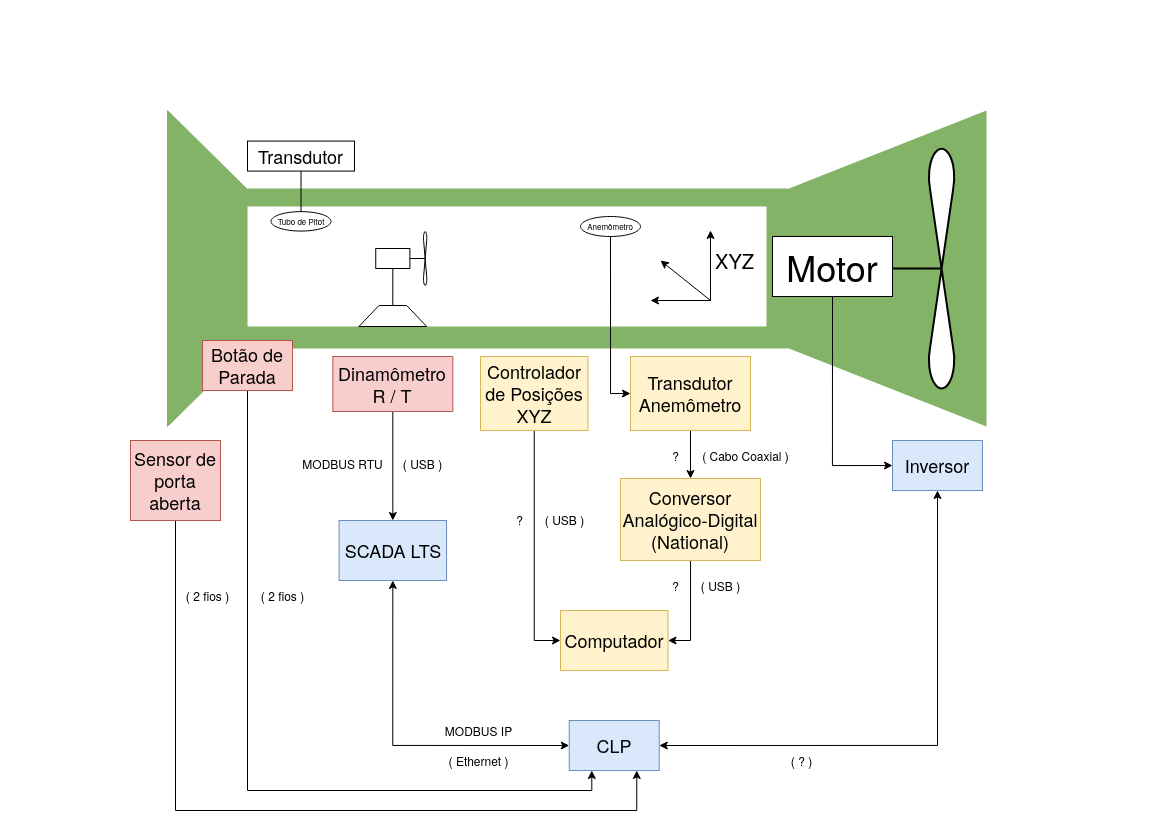
The draw.io diagram Imagens/tunel_vento_diagrama.png in leaUnB/turbina_tunel_vento, before a commit. Source tidied: cells renumbered, new cells last; positions are measured from the earlier drawing's top-left corner, leaving out a move shared by most shapes.
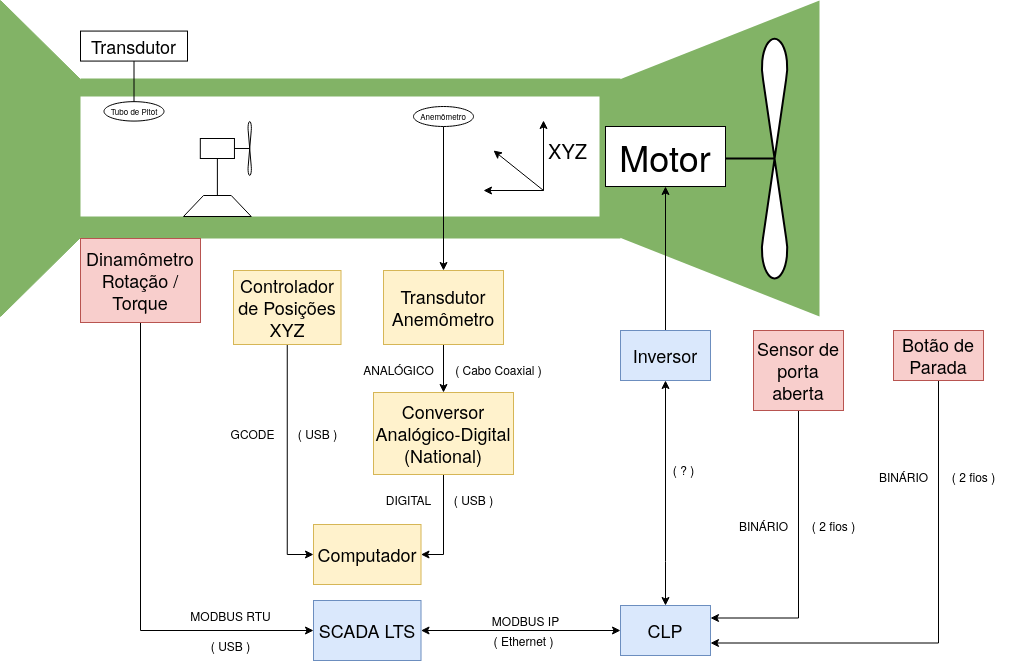
Later version of the same file.

Commit message:
Atualização dos diagramas e texto ecplicando o CLP, SCADA, Inversor e sensor de porta aberta

What changed in the source:
```diff
@@ -5,15 +5,15 @@
     <mxCell id="2" style="verticalLabelPosition=bottom;align=center;dashed=0;html=1;verticalAlign=top;shape=mxgraph.pid.piping.concentric_reducer;fillColor=#82B366;strokeColor=#82b366;" parent="1" vertex="1">
-      <mxGeometry x="37" width="80" height="316" as="geometry" />
+      <mxGeometry x="-70" y="-51" width="80" height="316" as="geometry" />
     </mxCell>
     <mxCell id="3" style="rounded=0;whiteSpace=wrap;html=1;fillColor=light-dark(#82B366,#EDEDED);strokeColor=none;" parent="1" vertex="1">
-      <mxGeometry x="117" y="78" width="540" height="160" as="geometry" />
+      <mxGeometry x="10" y="27" width="540" height="160" as="geometry" />
     </mxCell>
     <mxCell id="4" style="verticalLabelPosition=bottom;align=center;dashed=0;html=1;verticalAlign=top;shape=mxgraph.pid.piping.concentric_reducer;rotation=-180;fillColor=#82B366;strokeColor=none;" parent="1" vertex="1">
-      <mxGeometry x="656" width="200" height="316" as="geometry" />
+      <mxGeometry x="549" y="-51" width="200" height="316" as="geometry" />
     </mxCell>
     <mxCell id="5" style="rounded=0;whiteSpace=wrap;html=1;strokeColor=none;align=center;verticalAlign=middle;spacing=2;fontFamily=Helvetica;fontSize=12;fontColor=default;fillColor=default;" parent="1" vertex="1">
-      <mxGeometry x="117" y="96" width="519" height="120" as="geometry" />
+      <mxGeometry x="10" y="45" width="519" height="120" as="geometry" />
     </mxCell>
     <mxCell id="6" style="shape=trapezoid;perimeter=trapezoidPerimeter;whiteSpace=wrap;html=1;fixedSize=1;rotation=-360;" parent="1" vertex="1">
-      <mxGeometry x="228.4" y="195" width="67.8" height="21" as="geometry" />
+      <mxGeometry x="113" y="144" width="67.8" height="21" as="geometry" />
     </mxCell>
@@ -23,9 +23,9 @@
     <mxCell id="8" style="shape=mxgraph.pid.agitators.agitator_(propeller);html=1;align=center;verticalLabelPosition=bottom;verticalAlign=top;dashed=0;rotation=-90;strokeWidth=2;" parent="1" vertex="1">
-      <mxGeometry x="627" y="82.1" width="244" height="152" as="geometry" />
+      <mxGeometry x="520" y="31.1" width="244" height="152" as="geometry" />
     </mxCell>
     <mxCell id="9" value="&lt;font style=&quot;font-size: 36px;&quot;&gt;Motor&lt;/font&gt;" style="rounded=0;whiteSpace=wrap;html=1;" parent="1" vertex="1">
-      <mxGeometry x="642" y="126" width="120" height="60" as="geometry" />
+      <mxGeometry x="535" y="75" width="120" height="60" as="geometry" />
     </mxCell>
     <mxCell id="10" style="group;" parent="1" vertex="1">
-      <mxGeometry x="245.3" y="120.6" width="51.2" height="54.9" as="geometry" />
+      <mxGeometry x="129.8" y="69.6" width="51.2" height="54.9" as="geometry" />
     </mxCell>
@@ -38,5 +38,5 @@
     <mxCell id="13" value="&lt;font style=&quot;font-size: 8px;&quot;&gt;Tubo de Pitot&lt;/font&gt;" style="ellipse;whiteSpace=wrap;html=1;fontSize=5;" parent="1" vertex="1">
-      <mxGeometry x="140.5" y="101.1" width="60" height="19.4" as="geometry" />
+      <mxGeometry x="33.5" y="50.1" width="60" height="19.4" as="geometry" />
     </mxCell>
-    <mxCell id="14" style="edgeStyle=orthogonalEdgeStyle;rounded=0;jettySize=auto;html=1;entryX=0;entryY=0.5;entryDx=0;entryDy=0;fontFamily=Helvetica;fontSize=12;fontColor=default;" parent="1" edge="1" source="15" target="33">
+    <mxCell id="14" style="edgeStyle=orthogonalEdgeStyle;rounded=0;jettySize=auto;html=1;entryX=0.5;entryY=0;entryDx=0;entryDy=0;fontFamily=Helvetica;fontSize=12;fontColor=default;" parent="1" edge="1" source="15" target="33">
       <mxGeometry relative="1" as="geometry" />
@@ -44,9 +44,13 @@
     <mxCell id="15" value="&lt;font style=&quot;font-size: 8px;&quot;&gt;Anemômetro&lt;/font&gt;" style="ellipse;whiteSpace=wrap;html=1;fontSize=5;" parent="1" vertex="1">
-      <mxGeometry x="450" y="106" width="60" height="20" as="geometry" />
+      <mxGeometry x="343" y="55" width="60" height="20" as="geometry" />
     </mxCell>
-    <mxCell id="16" style="edgeStyle=orthogonalEdgeStyle;rounded=0;jettySize=auto;html=1;entryX=0.5;entryY=0;entryDx=0;entryDy=0;fontFamily=Helvetica;fontSize=12;fontColor=default;" parent="1" edge="1" source="17" target="21">
-      <mxGeometry relative="1" as="geometry" />
+    <mxCell id="16" style="edgeStyle=orthogonalEdgeStyle;rounded=0;jettySize=auto;html=1;entryX=0;entryY=0.5;entryDx=0;entryDy=0;fontFamily=Helvetica;fontSize=12;fontColor=default;exitX=0.5;exitY=1;exitDx=0;exitDy=0;" parent="1" edge="1" source="17" target="21">
+      <mxGeometry relative="1" as="geometry">
+        <Array as="points">
+          <mxPoint x="70" y="579" />
+        </Array>
+      </mxGeometry>
     </mxCell>
-    <mxCell id="17" value="&lt;div&gt;&lt;font&gt;Dinamômetro &lt;br&gt;&lt;/font&gt;&lt;/div&gt;&lt;div&gt;&lt;font&gt;R / T&lt;/font&gt;&lt;/div&gt;" style="rounded=0;whiteSpace=wrap;html=1;fontSize=18;fillColor=#f8cecc;strokeColor=#b85450;" parent="1" vertex="1">
-      <mxGeometry x="202.3" y="246" width="120" height="55" as="geometry" />
+    <mxCell id="17" value="&lt;div&gt;&lt;font&gt;Dinamômetro &lt;br&gt;&lt;/font&gt;&lt;/div&gt;&lt;div&gt;&lt;font&gt;Rotação / Torque&lt;/font&gt;&lt;/div&gt;" style="rounded=0;whiteSpace=wrap;html=1;fontSize=18;fillColor=#f8cecc;strokeColor=#b85450;" parent="1" vertex="1">
+      <mxGeometry x="10" y="187" width="120" height="84" as="geometry" />
     </mxCell>
@@ -56,8 +60,9 @@
     <mxCell id="19" value="Transdutor" style="rounded=0;whiteSpace=wrap;html=1;fontSize=18;" parent="1" vertex="1">
-      <mxGeometry x="117" y="30.6" width="107" height="30" as="geometry" />
+      <mxGeometry x="10" y="-20.4" width="107" height="30" as="geometry" />
     </mxCell>
-    <mxCell id="20" style="edgeStyle=orthogonalEdgeStyle;rounded=0;jettySize=auto;html=1;entryX=0;entryY=0.5;entryDx=0;entryDy=0;fontFamily=Helvetica;fontSize=12;fontColor=default;exitX=0.5;exitY=1;exitDx=0;exitDy=0;startArrow=classic;startFill=1;" parent="1" edge="1" source="21" target="45">
+    <mxCell id="20" style="edgeStyle=orthogonalEdgeStyle;rounded=0;jettySize=auto;html=1;entryX=0;entryY=0.5;entryDx=0;entryDy=0;fontFamily=Helvetica;fontSize=12;fontColor=default;exitX=1;exitY=0.5;exitDx=0;exitDy=0;startArrow=classic;startFill=1;" parent="1" edge="1" source="21" target="45">
       <mxGeometry relative="1" as="geometry">
         <Array as="points">
-          <mxPoint x="262" y="635" />
+          <mxPoint x="353" y="579" />
+          <mxPoint x="353" y="579" />
         </Array>
@@ -66,10 +71,4 @@
     <mxCell id="21" value="&lt;div&gt;&lt;font&gt;SCADA LTS&lt;/font&gt;&lt;/div&gt;" style="rounded=0;whiteSpace=wrap;html=1;fontSize=18;fillColor=#dae8fc;strokeColor=#6c8ebf;" parent="1" vertex="1">
-      <mxGeometry x="208.6" y="410" width="107.5" height="60" as="geometry" />
+      <mxGeometry x="243" y="549" width="107.5" height="60" as="geometry" />
     </mxCell>
-    <mxCell id="22" value="MODBUS RTU" style="text;html=1;align=center;verticalAlign=middle;strokeColor=none;fillColor=none;fontFamily=Helvetica;fontSize=12;fontColor=default;rotation=0;" parent="1" vertex="1">
-      <mxGeometry x="162" y="338" width="100" height="30" as="geometry" />
-    </mxCell>
-    <mxCell id="23" value="( USB )" style="text;html=1;align=center;verticalAlign=middle;strokeColor=none;fillColor=none;fontFamily=Helvetica;fontSize=12;fontColor=default;rotation=0;" parent="1" vertex="1">
-      <mxGeometry x="262.3" y="338" width="60" height="30" as="geometry" />
-    </mxCell>
     <mxCell id="24" style="edgeStyle=orthogonalEdgeStyle;rounded=0;jettySize=auto;html=1;entryX=0;entryY=0.5;entryDx=0;entryDy=0;fontFamily=Helvetica;fontSize=12;fontColor=default;" parent="1" edge="1" source="25" target="26">
@@ -78,9 +77,9 @@
     <mxCell id="25" value="&lt;div&gt;Controlador de Posições&lt;/div&gt;&lt;div&gt;XYZ&lt;/div&gt;" style="rounded=0;whiteSpace=wrap;html=1;fontSize=18;fillColor=#fff2cc;strokeColor=#d6b656;" parent="1" vertex="1">
-      <mxGeometry x="350" y="246" width="107.5" height="74" as="geometry" />
+      <mxGeometry x="163" y="219" width="107.5" height="74" as="geometry" />
     </mxCell>
     <mxCell id="26" value="&lt;div&gt;Computador&lt;/div&gt;" style="rounded=0;whiteSpace=wrap;html=1;fontSize=18;fillColor=#fff2cc;strokeColor=#d6b656;" parent="1" vertex="1">
-      <mxGeometry x="430" y="500" width="107.5" height="60" as="geometry" />
+      <mxGeometry x="243" y="473" width="107.5" height="60" as="geometry" />
     </mxCell>
     <mxCell id="27" style="group;" parent="1" vertex="1">
-      <mxGeometry x="520" y="120" width="114" height="70" as="geometry" />
+      <mxGeometry x="413" y="69" width="114" height="70" as="geometry" />
     </mxCell>
@@ -111,3 +110,3 @@
     <mxCell id="33" value="Transdutor Anemômetro" style="rounded=0;whiteSpace=wrap;html=1;fontSize=18;fillColor=#fff2cc;strokeColor=#d6b656;" parent="1" vertex="1">
-      <mxGeometry x="500" y="246" width="120" height="74" as="geometry" />
+      <mxGeometry x="313" y="219" width="120" height="74" as="geometry" />
     </mxCell>
@@ -117,29 +116,30 @@
     <mxCell id="35" value="&lt;div&gt;Conversor Analógico-Digital&lt;/div&gt;&lt;div&gt;(National)&lt;/div&gt;" style="rounded=0;whiteSpace=wrap;html=1;fontSize=18;fillColor=#fff2cc;strokeColor=#d6b656;" parent="1" vertex="1">
-      <mxGeometry x="490" y="368" width="140" height="82" as="geometry" />
+      <mxGeometry x="303" y="341" width="140" height="82" as="geometry" />
     </mxCell>
     <mxCell id="36" value="( USB )" style="text;html=1;align=center;verticalAlign=middle;strokeColor=none;fillColor=none;fontFamily=Helvetica;fontSize=12;fontColor=default;rotation=0;" parent="1" vertex="1">
-      <mxGeometry x="404" y="394" width="60" height="30" as="geometry" />
+      <mxGeometry x="217" y="367" width="60" height="30" as="geometry" />
     </mxCell>
-    <mxCell id="37" value="?" style="text;html=1;align=center;verticalAlign=middle;strokeColor=none;fillColor=none;fontFamily=Helvetica;fontSize=12;fontColor=default;rotation=0;" parent="1" vertex="1">
-      <mxGeometry x="374" y="394" width="30" height="30" as="geometry" />
+    <mxCell id="37" value="GCODE" style="text;html=1;align=center;verticalAlign=middle;strokeColor=none;fillColor=none;fontFamily=Helvetica;fontSize=12;fontColor=default;rotation=0;" parent="1" vertex="1">
+      <mxGeometry x="147" y="367" width="70" height="30" as="geometry" />
     </mxCell>
     <mxCell id="38" value="( Cabo Coaxial )" style="text;html=1;align=center;verticalAlign=middle;strokeColor=none;fillColor=none;fontFamily=Helvetica;fontSize=12;fontColor=default;rotation=0;" parent="1" vertex="1">
-      <mxGeometry x="560" y="330" width="110" height="30" as="geometry" />
+      <mxGeometry x="373" y="303" width="110" height="30" as="geometry" />
     </mxCell>
-    <mxCell id="39" value="?" style="text;html=1;align=center;verticalAlign=middle;strokeColor=none;fillColor=none;fontFamily=Helvetica;fontSize=12;fontColor=default;rotation=0;" parent="1" vertex="1">
-      <mxGeometry x="530" y="330" width="30" height="30" as="geometry" />
+    <mxCell id="39" value="&lt;div&gt;ANALÓGICO&lt;/div&gt;" style="text;html=1;align=center;verticalAlign=middle;strokeColor=none;fillColor=none;fontFamily=Helvetica;fontSize=12;fontColor=default;rotation=0;" parent="1" vertex="1">
+      <mxGeometry x="283" y="303" width="90" height="30" as="geometry" />
     </mxCell>
-    <mxCell id="40" value="?" style="text;html=1;align=center;verticalAlign=middle;strokeColor=none;fillColor=none;fontFamily=Helvetica;fontSize=12;fontColor=default;rotation=0;" parent="1" vertex="1">
-      <mxGeometry x="530" y="460" width="30" height="30" as="geometry" />
+    <mxCell id="40" value="&lt;div&gt;DIGITAL&lt;/div&gt;" style="text;html=1;align=center;verticalAlign=middle;strokeColor=none;fillColor=none;fontFamily=Helvetica;fontSize=12;fontColor=default;rotation=0;" parent="1" vertex="1">
+      <mxGeometry x="303" y="433" width="70" height="30" as="geometry" />
     </mxCell>
     <mxCell id="41" value="( USB )" style="text;html=1;align=center;verticalAlign=middle;strokeColor=none;fillColor=none;fontFamily=Helvetica;fontSize=12;fontColor=default;rotation=0;" parent="1" vertex="1">
-      <mxGeometry x="560" y="460" width="60" height="30" as="geometry" />
+      <mxGeometry x="373" y="433" width="60" height="30" as="geometry" />
     </mxCell>
-    <mxCell id="42" style="edgeStyle=orthogonalEdgeStyle;rounded=0;jettySize=auto;html=1;entryX=0.5;entryY=1;entryDx=0;entryDy=0;fontFamily=Helvetica;fontSize=12;fontColor=default;exitX=0;exitY=0.5;exitDx=0;exitDy=0;startArrow=classic;startFill=1;endArrow=none;" parent="1" edge="1" source="44" target="9">
+    <mxCell id="42" style="edgeStyle=orthogonalEdgeStyle;rounded=0;jettySize=auto;html=1;entryX=0.5;entryY=1;entryDx=0;entryDy=0;fontFamily=Helvetica;fontSize=12;fontColor=default;exitX=0.5;exitY=0;exitDx=0;exitDy=0;startArrow=none;startFill=0;endArrow=classic;endFill=1;" parent="1" edge="1" source="44" target="9">
       <mxGeometry relative="1" as="geometry" />
     </mxCell>
-    <mxCell id="43" style="edgeStyle=orthogonalEdgeStyle;rounded=0;jettySize=auto;html=1;entryX=1;entryY=0.5;entryDx=0;entryDy=0;fontFamily=Helvetica;fontSize=12;fontColor=default;startArrow=classic;startFill=1;" parent="1" edge="1" source="44" target="45">
+    <mxCell id="43" style="edgeStyle=orthogonalEdgeStyle;rounded=0;jettySize=auto;html=1;entryX=0.5;entryY=0;entryDx=0;entryDy=0;fontFamily=Helvetica;fontSize=12;fontColor=default;startArrow=classic;startFill=1;exitX=0.5;exitY=1;exitDx=0;exitDy=0;" parent="1" edge="1" source="44" target="45">
       <mxGeometry relative="1" as="geometry">
         <Array as="points">
-          <mxPoint x="807" y="635" />
+          <mxPoint x="595" y="510" />
+          <mxPoint x="595" y="510" />
         </Array>
@@ -148,15 +148,14 @@
     <mxCell id="44" value="&lt;div&gt;Inversor&lt;/div&gt;" style="rounded=0;whiteSpace=wrap;html=1;fontSize=18;fillColor=#dae8fc;strokeColor=#6c8ebf;" parent="1" vertex="1">
-      <mxGeometry x="762" y="330" width="90" height="50" as="geometry" />
+      <mxGeometry x="550" y="279" width="90" height="50" as="geometry" />
     </mxCell>
     <mxCell id="45" value="&lt;div&gt;CLP&lt;/div&gt;" style="rounded=0;whiteSpace=wrap;html=1;fontSize=18;fillColor=#dae8fc;strokeColor=#6c8ebf;" parent="1" vertex="1">
-      <mxGeometry x="438.8" y="610" width="90" height="50" as="geometry" />
+      <mxGeometry x="550" y="554" width="90" height="50" as="geometry" />
     </mxCell>
     <mxCell id="46" value="( ? )" style="text;html=1;align=center;verticalAlign=middle;strokeColor=none;fillColor=none;fontFamily=Helvetica;fontSize=12;fontColor=default;rotation=0;" parent="1" vertex="1">
-      <mxGeometry x="651" y="635" width="40" height="30" as="geometry" />
+      <mxGeometry x="593" y="403" width="40" height="30" as="geometry" />
     </mxCell>
-    <mxCell id="47" style="edgeStyle=orthogonalEdgeStyle;rounded=0;jettySize=auto;html=1;fontFamily=Helvetica;fontSize=12;fontColor=default;exitX=0.5;exitY=1;exitDx=0;exitDy=0;entryX=0.25;entryY=1;entryDx=0;entryDy=0;" parent="1" edge="1" source="48" target="45">
+    <mxCell id="47" style="edgeStyle=orthogonalEdgeStyle;rounded=0;jettySize=auto;html=1;fontFamily=Helvetica;fontSize=12;fontColor=default;exitX=0.5;exitY=1;exitDx=0;exitDy=0;entryX=1;entryY=0.75;entryDx=0;entryDy=0;" parent="1" edge="1" source="48" target="45">
       <mxGeometry relative="1" as="geometry">
         <Array as="points">
-          <mxPoint x="117" y="680" />
-          <mxPoint x="461" y="680" />
+          <mxPoint x="868" y="592" />
         </Array>
@@ -165,9 +164,8 @@
     <mxCell id="48" value="&lt;div&gt;Botão de Parada&lt;/div&gt;" style="rounded=0;whiteSpace=wrap;html=1;fontSize=18;fillColor=#f8cecc;strokeColor=#b85450;" parent="1" vertex="1">
-      <mxGeometry x="72" y="230" width="90" height="50" as="geometry" />
+      <mxGeometry x="823" y="279" width="90" height="50" as="geometry" />
     </mxCell>
-    <mxCell id="49" style="edgeStyle=orthogonalEdgeStyle;rounded=0;jettySize=auto;html=1;entryX=0.75;entryY=1;entryDx=0;entryDy=0;fontFamily=Helvetica;fontSize=12;fontColor=default;exitX=0.5;exitY=1;exitDx=0;exitDy=0;" parent="1" edge="1" source="50" target="45">
+    <mxCell id="49" style="edgeStyle=orthogonalEdgeStyle;rounded=0;jettySize=auto;html=1;entryX=1;entryY=0.25;entryDx=0;entryDy=0;fontFamily=Helvetica;fontSize=12;fontColor=default;exitX=0.5;exitY=1;exitDx=0;exitDy=0;" parent="1" edge="1" source="50" target="45">
       <mxGeometry relative="1" as="geometry">
         <Array as="points">
-          <mxPoint x="45" y="700" />
-          <mxPoint x="506" y="700" />
+          <mxPoint x="728" y="567" />
         </Array>
@@ -176,16 +174,34 @@
     <mxCell id="50" value="&lt;div&gt;Sensor de porta aberta&lt;/div&gt;" style="rounded=0;whiteSpace=wrap;html=1;fontSize=18;fillColor=#f8cecc;strokeColor=#b85450;" parent="1" vertex="1">
-      <mxGeometry y="330" width="90" height="80" as="geometry" />
+      <mxGeometry x="683" y="279" width="90" height="80" as="geometry" />
     </mxCell>
+    <mxCell id="53" value="( 2 fios )" style="text;html=1;align=center;verticalAlign=middle;strokeColor=none;fillColor=none;fontFamily=Helvetica;fontSize=12;fontColor=default;rotation=0;" parent="1" vertex="1">
+      <mxGeometry x="728" y="459" width="70" height="30" as="geometry" />
+    </mxCell>
+    <mxCell id="54" value="( 2 fios )" style="text;html=1;align=center;verticalAlign=middle;strokeColor=none;fillColor=none;fontFamily=Helvetica;fontSize=12;fontColor=default;rotation=0;" parent="1" vertex="1">
+      <mxGeometry x="868" y="410" width="70" height="30" as="geometry" />
+    </mxCell>
+    <mxCell id="55" style="group;" parent="1" vertex="1">
+      <mxGeometry x="110" y="549" width="100" height="60" as="geometry" />
+    </mxCell>
+    <mxCell id="22" value="MODBUS RTU" style="text;html=1;align=center;verticalAlign=middle;strokeColor=none;fillColor=none;fontFamily=Helvetica;fontSize=12;fontColor=default;rotation=0;" parent="55" vertex="1">
+      <mxGeometry width="100" height="30" as="geometry" />
+    </mxCell>
+    <mxCell id="23" value="( USB )" style="text;html=1;align=center;verticalAlign=middle;strokeColor=none;fillColor=none;fontFamily=Helvetica;fontSize=12;fontColor=default;rotation=0;" parent="55" vertex="1">
+      <mxGeometry x="20" y="30" width="60" height="30" as="geometry" />
+    </mxCell>
+    <mxCell id="56" style="group;" parent="1" vertex="1">
+      <mxGeometry x="410" y="554" width="90" height="50" as="geometry" />
+    </mxCell>
-    <mxCell id="51" value="MODBUS IP" style="text;html=1;align=center;verticalAlign=middle;strokeColor=none;fillColor=none;fontFamily=Helvetica;fontSize=12;fontColor=default;rotation=0;" parent="1" vertex="1">
-      <mxGeometry x="303.5" y="605" width="90" height="30" as="geometry" />
+    <mxCell id="51" value="MODBUS IP" style="text;html=1;align=center;verticalAlign=middle;strokeColor=none;fillColor=none;fontFamily=Helvetica;fontSize=12;fontColor=default;rotation=0;" parent="56" vertex="1">
+      <mxGeometry width="90" height="30" as="geometry" />
     </mxCell>
-    <mxCell id="52" value="( Ethernet )" style="text;html=1;align=center;verticalAlign=middle;strokeColor=none;fillColor=none;fontFamily=Helvetica;fontSize=12;fontColor=default;rotation=0;" parent="1" vertex="1">
-      <mxGeometry x="308.5" y="635" width="80" height="30" as="geometry" />
+    <mxCell id="52" value="( Ethernet )" style="text;html=1;align=center;verticalAlign=middle;strokeColor=none;fillColor=none;fontFamily=Helvetica;fontSize=12;fontColor=default;rotation=0;" parent="56" vertex="1">
+      <mxGeometry x="3" y="20" width="80" height="30" as="geometry" />
     </mxCell>
-    <mxCell id="53" value="( 2 fios )" style="text;html=1;align=center;verticalAlign=middle;strokeColor=none;fillColor=none;fontFamily=Helvetica;fontSize=12;fontColor=default;rotation=0;" parent="1" vertex="1">
-      <mxGeometry x="42" y="470" width="70" height="30" as="geometry" />
-    </mxCell>
-    <mxCell id="54" value="( 2 fios )" style="text;html=1;align=center;verticalAlign=middle;strokeColor=none;fillColor=none;fontFamily=Helvetica;fontSize=12;fontColor=default;rotation=0;" parent="1" vertex="1">
-      <mxGeometry x="117" y="470" width="70" height="30" as="geometry" />
-    </mxCell>
+    <mxCell id="57" value="BINÁRIO" style="text;html=1;align=center;verticalAlign=middle;strokeColor=none;fillColor=none;fontFamily=Helvetica;fontSize=12;fontColor=default;rotation=0;" parent="1" vertex="1">
+      <mxGeometry x="658" y="459" width="70" height="30" as="geometry" />
+    </mxCell>
+    <mxCell id="58" value="BINÁRIO" style="text;html=1;align=center;verticalAlign=middle;strokeColor=none;fillColor=none;fontFamily=Helvetica;fontSize=12;fontColor=default;rotation=0;" parent="1" vertex="1">
+      <mxGeometry x="798" y="410" width="70" height="30" as="geometry" />
+    </mxCell>
   </root>
```
